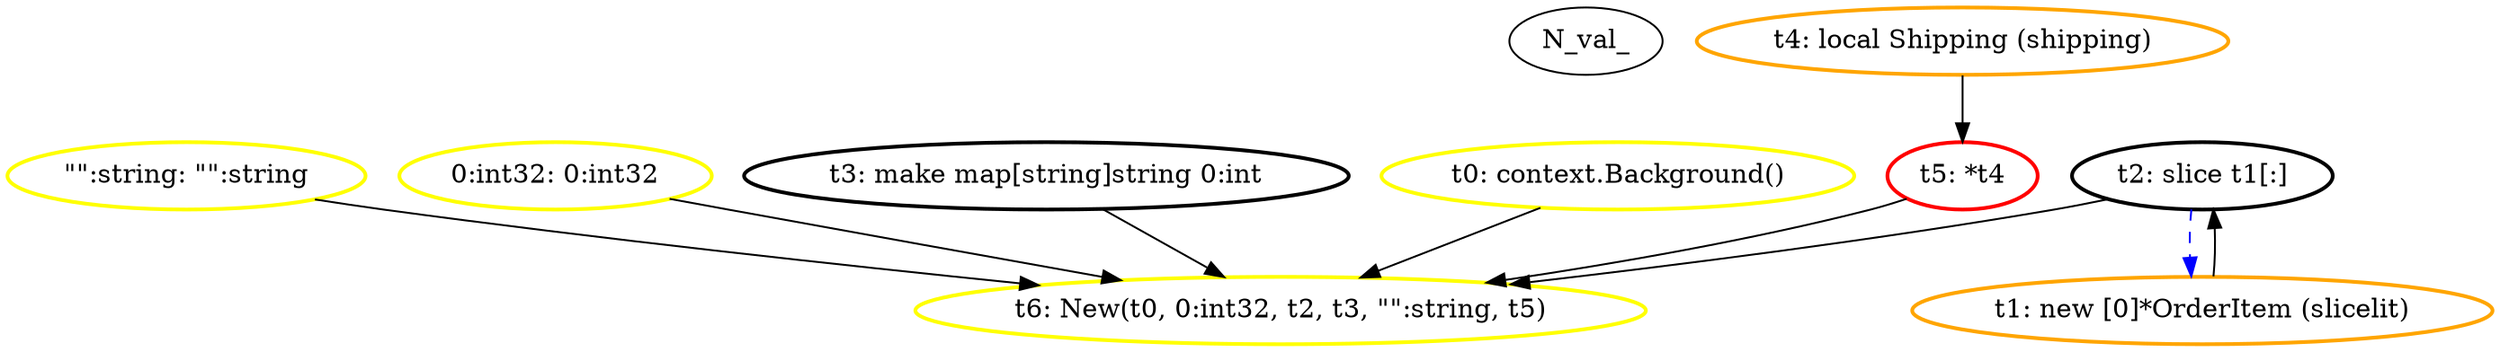
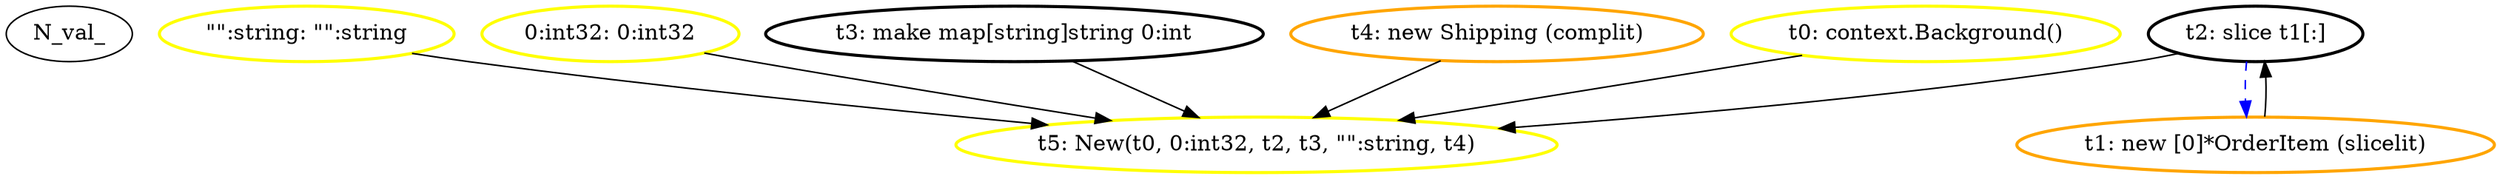
digraph G {
	rankdir=TD;
	N_val_"":string [label="\"\":string: \"\":string", style=bold, shape=ellipse, color="yellow"];
	N_val_0:int32 [label="0:int32: 0:int32", style=bold, shape=ellipse, color="yellow"];
- 	N_val__2769 [label="t3: make map[string]string 0:int", style=bold, shape=ellipse, color="black"];
- 	N_val_alloc_2749 [label="t1: new [0]*OrderItem (slicelit)", style=bold, shape=ellipse, color="orange"];
- 	N_val_alloc_2806 [label="t4: local Shipping (shipping)", style=bold, shape=ellipse, color="orange"];
- 	N_val_call_2702 [label="t0: context.Background()", style=bold, shape=ellipse, color="yellow"];
- 	N_val_call_2833 [label="t6: New(t0, 0:int32, t2, t3, \"\":string, t5)", style=bold, shape=ellipse, color="yellow"];
- 	N_val_slice_2749 [label="t2: slice t1[:]", style=bold, shape=ellipse, color="black"];
- 	N_val_unary_2873 [label="t5: *t4", style=bold, shape=ellipse, color="red"];
- 	N_val_alloc_2749 -> N_val_slice_2749;
- 	N_val_alloc_2806 -> N_val_unary_2873;
- 	N_val_call_2702 -> N_val_call_2833;
- 	N_val_0:int32 -> N_val_call_2833;
- 	N_val_slice_2749 -> N_val_call_2833;
- 	N_val__2769 -> N_val_call_2833;
- 	N_val_"":string -> N_val_call_2833;
- 	N_val_unary_2873 -> N_val_call_2833;
- 	N_val_slice_2749 -> N_val_alloc_2749 [label="", style=dashed, color=blue];
+ 	N_val__2772 [label="t3: make map[string]string 0:int", style=bold, shape=ellipse, color="black"];
+ 	N_val_alloc_2752 [label="t1: new [0]*OrderItem (slicelit)", style=bold, shape=ellipse, color="orange"];
+ 	N_val_alloc_2830 [label="t4: new Shipping (complit)", style=bold, shape=ellipse, color="orange"];
+ 	N_val_call_2705 [label="t0: context.Background()", style=bold, shape=ellipse, color="yellow"];
+ 	N_val_call_2837 [label="t5: New(t0, 0:int32, t2, t3, \"\":string, t4)", style=bold, shape=ellipse, color="yellow"];
+ 	N_val_slice_2752 [label="t2: slice t1[:]", style=bold, shape=ellipse, color="black"];
+ 	N_val_alloc_2752 -> N_val_slice_2752;
+ 	N_val_call_2705 -> N_val_call_2837;
+ 	N_val_0:int32 -> N_val_call_2837;
+ 	N_val_slice_2752 -> N_val_call_2837;
+ 	N_val__2772 -> N_val_call_2837;
+ 	N_val_"":string -> N_val_call_2837;
+ 	N_val_alloc_2830 -> N_val_call_2837;
+ 	N_val_slice_2752 -> N_val_alloc_2752 [label="", style=dashed, color=blue];
}
